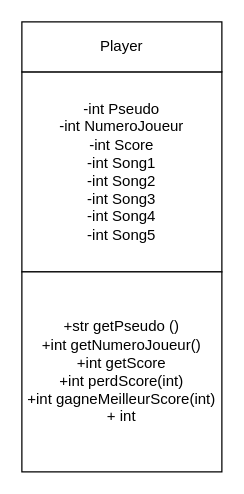
Earlier version of the draw.io diagram Karaoké_diagramme.drawio (CorentinBudor/Algo_KARAOKE_BUDOR). Source tidied: cells renumbered, new cells numbered last; positions are measured from the earlier drawing's top-left corner, leaving out a move shared by most shapes. Both pictures are drawn from the tidied source at 125%, with x=0, y=0 at pixel (21, 21).
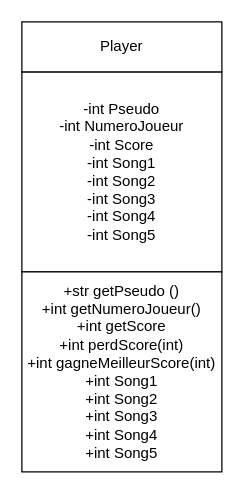
Above is the later version.

What changed in the source:
```diff
@@
 <mxGraphModel>
   <root>
     <mxCell id="0" />
     <mxCell id="1" parent="0" />
     <mxCell id="2" value="-int Pseudo&lt;br&gt;-int NumeroJoueur&lt;br&gt;-int Score&lt;br&gt;-int Song1&lt;br&gt;-int Song2&lt;br&gt;-int Song3&lt;br&gt;-int Song4&lt;br&gt;-int Song5" style="rounded=0;whiteSpace=wrap;html=1;" parent="1" vertex="1">
       <mxGeometry y="40" width="160" height="160" as="geometry" />
     </mxCell>
-    <mxCell id="3" value="+str getPseudo ()&lt;br&gt;+int getNumeroJoueur()&lt;br&gt;+int getScore&lt;br&gt;+int perdScore(int)&lt;br&gt;+int gagneMeilleurScore(int)&lt;br&gt;+ int" style="rounded=0;whiteSpace=wrap;html=1;" parent="1" vertex="1">
+    <mxCell id="3" value="+str getPseudo ()&lt;br&gt;+int getNumeroJoueur()&lt;br&gt;+int getScore&lt;br&gt;+int perdScore(int)&lt;br&gt;+int gagneMeilleurScore(int)&lt;br&gt;+int Song1&lt;br&gt;+int Song2&lt;br&gt;+int Song3&lt;br&gt;+int Song4&lt;br&gt;+int Song5" style="rounded=0;whiteSpace=wrap;html=1;" parent="1" vertex="1">
       <mxGeometry y="200" width="160" height="160" as="geometry" />
     </mxCell>
     <mxCell id="4" value="Player" style="rounded=0;whiteSpace=wrap;html=1;" parent="1" vertex="1">
       <mxGeometry width="160" height="40" as="geometry" />
     </mxCell>
   </root>
 </mxGraphModel>
```
